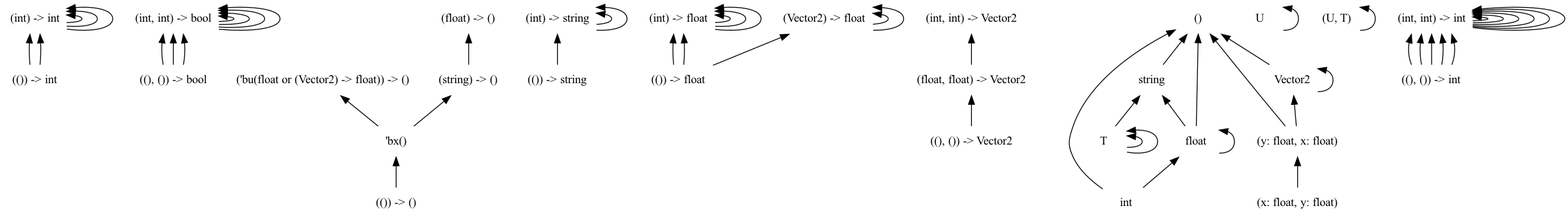
chocobo333/regino keeps this Graphviz diagram as dots/png/8.dot.png. Above is the earlier version. Its source is kept beside it as dots/8.dot. The source it was exported from:
```dot
digraph order {
  graph [
    size = "30,10"
    ];
  node [
    shape = none
    ];
  edge [
    dir = back
    ];
  "(()) -> int"
  "(int) -> int"
  "((), ()) -> bool"
  "(int, int) -> bool"
  "(string) -> ()"
  "(()) -> string"
  "(int) -> string"
  "(()) -> float"
  "(int) -> float"
  "(()) -> ()"
  "(Vector2) -> float"
  "((), ()) -> Vector2"
  "(float, float) -> Vector2"
  "(float) -> ()"
  "('bu(float or (Vector2) -> float)) -> ()"
  "string"
  "Vector2"
  "(int, int) -> Vector2"
  "(y: float, x: float)"
  "T"
  "U"
  "T"
  "T"
  "()"
  "(U, T)"
  "'bx()"
  "float"
  "int"
  "((), ()) -> int"
  "(int, int) -> int"
  "(float, float) -> Vector2" -> "((), ()) -> Vector2"
  "(int, int) -> Vector2" -> "(float, float) -> Vector2"
  "(int, int) -> int" -> "((), ()) -> int"
  "(int, int) -> int" -> "((), ()) -> int"
  "(int, int) -> int" -> "((), ()) -> int"
  "(int, int) -> int" -> "(int, int) -> int"
  "(int, int) -> int" -> "((), ()) -> int"
  "(int, int) -> int" -> "((), ()) -> int"
  "(int, int) -> int" -> "(int, int) -> int"
  "(int) -> int" -> "(int) -> int"
  "(int) -> int" -> "(()) -> int"
  "(int) -> int" -> "(()) -> int"
  "(int) -> int" -> "(int) -> int"
  "(int, int) -> int" -> "(int, int) -> int"
  "(int) -> int" -> "(int) -> int"
  "(int, int) -> int" -> "(int, int) -> int"
  "(int, int) -> bool" -> "((), ()) -> bool"
  "(int, int) -> bool" -> "(int, int) -> bool"
  "(int, int) -> bool" -> "((), ()) -> bool"
  "(int, int) -> bool" -> "((), ()) -> bool"
  "(int, int) -> bool" -> "(int, int) -> bool"
  "(int, int) -> bool" -> "(int, int) -> bool"
  "(int) -> string" -> "(()) -> string"
  "(int) -> string" -> "(int) -> string"
  "(int) -> string" -> "(int) -> string"
  "(float) -> ()" -> "(string) -> ()"
  "string" -> "T"
  "string" -> "float"
  "Vector2" -> "Vector2"
  "Vector2" -> "(y: float, x: float)"
  "(int, int) -> bool" -> "(int, int) -> bool"
  "(int, int) -> int" -> "(int, int) -> int"
  "(int, int) -> int" -> "(int, int) -> int"
  "(int) -> float" -> "(()) -> float"
  "(int) -> float" -> "(()) -> float"
  "(int) -> float" -> "(int) -> float"
  "(int) -> float" -> "(int) -> float"
  "(int) -> float" -> "(int) -> float"
  "('bu(float or (Vector2) -> float)) -> ()" -> "'bx()"
  "(string) -> ()" -> "'bx()"
  "(y: float, x: float)" -> "(x: float, y: float)"
  "T" -> "T"
  "U" -> "U"
  "T" -> "T"
  "()" -> "string"
  "()" -> "Vector2"
  "()" -> "(y: float, x: float)"
  "()" -> "float"
  "()" -> "int"
  "(U, T)" -> "(U, T)"
  "'bx()" -> "(()) -> ()"
  "float" -> "float"
  "float" -> "int"
  "(Vector2) -> float" -> "(()) -> float"
  "(Vector2) -> float" -> "(Vector2) -> float"
  "(Vector2) -> float" -> "(Vector2) -> float"
}
```
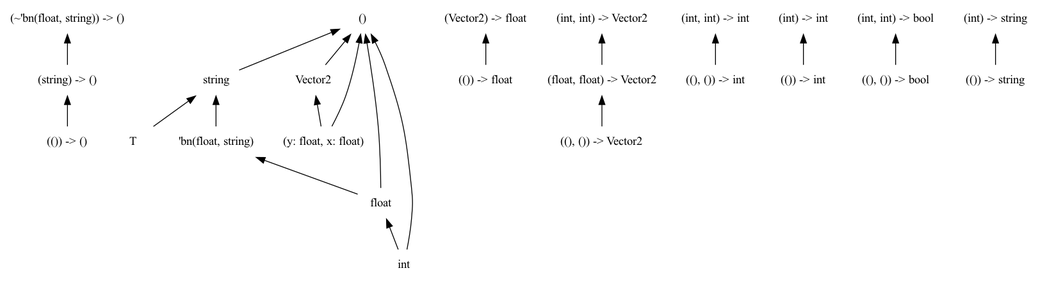
After the change.

What changed in the source:
```diff
@@ -8,90 +8,47 @@
   edge [
     dir = back
     ];
-  "(()) -> int"
-  "(int) -> int"
-  "((), ()) -> bool"
-  "(int, int) -> bool"
   "(string) -> ()"
-  "(()) -> string"
-  "(int) -> string"
-  "(()) -> float"
-  "(int) -> float"
   "(()) -> ()"
-  "(Vector2) -> float"
-  "((), ()) -> Vector2"
-  "(float, float) -> Vector2"
-  "(float) -> ()"
-  "('bu(float or (Vector2) -> float)) -> ()"
   "string"
   "Vector2"
+  "(()) -> float"
+  "T"
+  "((), ()) -> Vector2"
   "(int, int) -> Vector2"
+  "((), ()) -> int"
+  "(int) -> int"
+  "(int, int) -> int"
+  "()"
+  "(int, int) -> bool"
+  "(float, float) -> Vector2"
+  "(~'bn(float, string)) -> ()"
+  "(()) -> string"
+  "(Vector2) -> float"
   "(y: float, x: float)"
-  "T"
-  "U"
-  "T"
-  "T"
-  "()"
-  "(U, T)"
-  "'bx()"
+  "(int) -> string"
   "float"
+  "'bn(float, string)"
+  "(()) -> int"
   "int"
-  "((), ()) -> int"
-  "(int, int) -> int"
-  "(float, float) -> Vector2" -> "((), ()) -> Vector2"
+  "((), ()) -> bool"
+  "(string) -> ()" -> "(()) -> ()"
+  "string" -> "T"
+  "string" -> "'bn(float, string)"
+  "Vector2" -> "(y: float, x: float)"
   "(int, int) -> Vector2" -> "(float, float) -> Vector2"
+  "(int) -> int" -> "(()) -> int"
   "(int, int) -> int" -> "((), ()) -> int"
-  "(int, int) -> int" -> "((), ()) -> int"
-  "(int, int) -> int" -> "((), ()) -> int"
-  "(int, int) -> int" -> "(int, int) -> int"
-  "(int, int) -> int" -> "((), ()) -> int"
-  "(int, int) -> int" -> "((), ()) -> int"
-  "(int, int) -> int" -> "(int, int) -> int"
-  "(int) -> int" -> "(int) -> int"
-  "(int) -> int" -> "(()) -> int"
-  "(int) -> int" -> "(()) -> int"
-  "(int) -> int" -> "(int) -> int"
-  "(int, int) -> int" -> "(int, int) -> int"
-  "(int) -> int" -> "(int) -> int"
-  "(int, int) -> int" -> "(int, int) -> int"
-  "(int, int) -> bool" -> "((), ()) -> bool"
-  "(int, int) -> bool" -> "(int, int) -> bool"
-  "(int, int) -> bool" -> "((), ()) -> bool"
-  "(int, int) -> bool" -> "((), ()) -> bool"
-  "(int, int) -> bool" -> "(int, int) -> bool"
-  "(int, int) -> bool" -> "(int, int) -> bool"
-  "(int) -> string" -> "(()) -> string"
-  "(int) -> string" -> "(int) -> string"
-  "(int) -> string" -> "(int) -> string"
-  "(float) -> ()" -> "(string) -> ()"
-  "string" -> "T"
-  "string" -> "float"
-  "Vector2" -> "Vector2"
-  "Vector2" -> "(y: float, x: float)"
-  "(int, int) -> bool" -> "(int, int) -> bool"
-  "(int, int) -> int" -> "(int, int) -> int"
-  "(int, int) -> int" -> "(int, int) -> int"
-  "(int) -> float" -> "(()) -> float"
-  "(int) -> float" -> "(()) -> float"
-  "(int) -> float" -> "(int) -> float"
-  "(int) -> float" -> "(int) -> float"
-  "(int) -> float" -> "(int) -> float"
-  "('bu(float or (Vector2) -> float)) -> ()" -> "'bx()"
-  "(string) -> ()" -> "'bx()"
-  "(y: float, x: float)" -> "(x: float, y: float)"
-  "T" -> "T"
-  "U" -> "U"
-  "T" -> "T"
   "()" -> "string"
   "()" -> "Vector2"
   "()" -> "(y: float, x: float)"
   "()" -> "float"
   "()" -> "int"
-  "(U, T)" -> "(U, T)"
-  "'bx()" -> "(()) -> ()"
-  "float" -> "float"
+  "(int, int) -> bool" -> "((), ()) -> bool"
+  "(float, float) -> Vector2" -> "((), ()) -> Vector2"
+  "(~'bn(float, string)) -> ()" -> "(string) -> ()"
+  "(Vector2) -> float" -> "(()) -> float"
+  "(int) -> string" -> "(()) -> string"
   "float" -> "int"
-  "(Vector2) -> float" -> "(()) -> float"
-  "(Vector2) -> float" -> "(Vector2) -> float"
-  "(Vector2) -> float" -> "(Vector2) -> float"
+  "'bn(float, string)" -> "float"
 }
```
